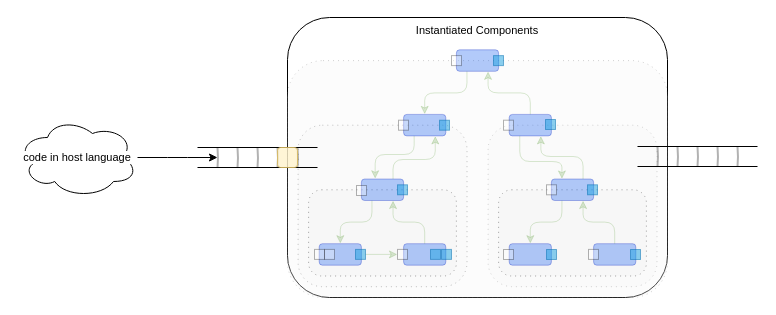
This is page "4 Inject first message(s)" (4 of 6) of helloworld0d/doc/Towards DPLs.drawio from guitarvydas/onward, a draw.io file, before an edit. Source tidied: cells renumbered, new cells numbered last; positions are measured from the earlier drawing's top-left corner, leaving out a move shared by most shapes. Both pictures are drawn from the tidied source at 100%, with x=0, y=0 at pixel (17, 17).
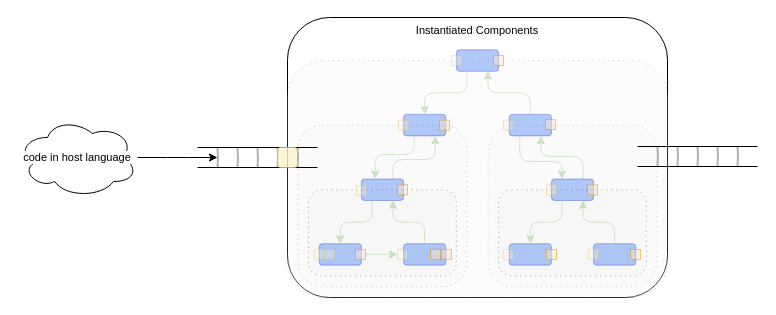
The same page after the edit.

Unchanged cells that the change refers to:
```xml
<mxCell id="4" value="Instantiated Components" style="rounded=1;whiteSpace=wrap;html=1;fontFamily=Helvetica;fontSize=11;fontColor=default;labelBackgroundColor=default;verticalAlign=top;" parent="1" vertex="1">
  <mxGeometry x="270" width="380" height="280" as="geometry" />
</mxCell>
```

Change to the diagram source:
```diff
@@
-    <mxCell id="29" style="rounded=1;whiteSpace=wrap;html=1;fontFamily=Helvetica;fontSize=11;labelBackgroundColor=default;opacity=30;arcSize=0;" parent="4" vertex="1">
+    <mxCell id="29" style="rounded=1;whiteSpace=wrap;html=1;fontFamily=Helvetica;fontSize=11;labelBackgroundColor=default;opacity=30;arcSize=0;fillColor=#fff2cc;strokeColor=#d6b656;" parent="4" vertex="1">
       <mxGeometry x="27" y="231.9" width="10" height="10" as="geometry" />
     </mxCell>
-    <mxCell id="30" style="rounded=1;whiteSpace=wrap;html=1;fontFamily=Helvetica;fontSize=11;labelBackgroundColor=default;opacity=30;arcSize=0;" parent="4" vertex="1">
+    <mxCell id="30" style="rounded=1;whiteSpace=wrap;html=1;fontFamily=Helvetica;fontSize=11;labelBackgroundColor=default;opacity=30;arcSize=0;fillColor=#fff2cc;strokeColor=#d6b656;" parent="4" vertex="1">
       <mxGeometry x="37" y="231.9" width="10" height="10" as="geometry" />
     </mxCell>
-    <mxCell id="31" style="rounded=1;whiteSpace=wrap;html=1;fontFamily=Helvetica;fontSize=11;labelBackgroundColor=default;opacity=30;arcSize=0;" parent="4" vertex="1">
+    <mxCell id="31" style="rounded=1;whiteSpace=wrap;html=1;fontFamily=Helvetica;fontSize=11;labelBackgroundColor=default;opacity=30;arcSize=0;fillColor=#fff2cc;strokeColor=#d6b656;" parent="4" vertex="1">
       <mxGeometry x="110" y="231.9" width="10" height="10" as="geometry" />
     </mxCell>
@@
-    <mxCell id="33" style="rounded=1;whiteSpace=wrap;html=1;fontFamily=Helvetica;fontSize=11;labelBackgroundColor=default;fillColor=#1ba1e2;strokeColor=#006EAF;opacity=50;arcSize=0;fontColor=#ffffff;" parent="4" vertex="1">
+    <mxCell id="33" style="rounded=1;whiteSpace=wrap;html=1;fontFamily=Helvetica;fontSize=11;labelBackgroundColor=default;fillColor=#ffe6cc;strokeColor=#d79b00;opacity=50;arcSize=0;" parent="4" vertex="1">
       <mxGeometry x="68" y="231.9" width="10" height="10" as="geometry" />
     </mxCell>
-    <mxCell id="34" style="rounded=1;whiteSpace=wrap;html=1;fontFamily=Helvetica;fontSize=11;labelBackgroundColor=default;fillColor=#1ba1e2;strokeColor=#006EAF;opacity=50;arcSize=0;fontColor=#ffffff;" parent="4" vertex="1">
+    <mxCell id="34" style="rounded=1;whiteSpace=wrap;html=1;fontFamily=Helvetica;fontSize=11;labelBackgroundColor=default;fillColor=#ffe6cc;strokeColor=#d79b00;opacity=50;arcSize=0;" parent="4" vertex="1">
       <mxGeometry x="143" y="231.9" width="10" height="10" as="geometry" />
     </mxCell>
-    <mxCell id="35" style="rounded=1;whiteSpace=wrap;html=1;fontFamily=Helvetica;fontSize=11;labelBackgroundColor=default;fillColor=#1ba1e2;strokeColor=#006EAF;opacity=50;arcSize=0;fontColor=#ffffff;" parent="4" vertex="1">
+    <mxCell id="35" style="rounded=1;whiteSpace=wrap;html=1;fontFamily=Helvetica;fontSize=11;labelBackgroundColor=default;fillColor=#ffe6cc;strokeColor=#d79b00;opacity=50;arcSize=0;" parent="4" vertex="1">
       <mxGeometry x="154" y="231.9" width="10" height="10" as="geometry" />
     </mxCell>
-    <mxCell id="36" style="rounded=1;whiteSpace=wrap;html=1;fontFamily=Helvetica;fontSize=11;labelBackgroundColor=default;fillColor=#1ba1e2;strokeColor=#006EAF;opacity=50;arcSize=0;fontColor=#ffffff;" parent="4" vertex="1">
+    <mxCell id="36" style="rounded=1;whiteSpace=wrap;html=1;fontFamily=Helvetica;fontSize=11;labelBackgroundColor=default;fillColor=#ffe6cc;strokeColor=#d79b00;opacity=50;arcSize=0;" parent="4" vertex="1">
       <mxGeometry x="110" y="167.3" width="10" height="10" as="geometry" />
     </mxCell>
-    <mxCell id="37" style="rounded=1;whiteSpace=wrap;html=1;fontFamily=Helvetica;fontSize=11;labelBackgroundColor=default;fillColor=#1ba1e2;strokeColor=#006EAF;opacity=50;arcSize=0;fontColor=#ffffff;" parent="4" vertex="1">
+    <mxCell id="37" style="rounded=1;whiteSpace=wrap;html=1;fontFamily=Helvetica;fontSize=11;labelBackgroundColor=default;fillColor=#ffe6cc;strokeColor=#d79b00;opacity=50;arcSize=0;" parent="4" vertex="1">
       <mxGeometry x="152" y="102.7" width="10" height="10" as="geometry" />
     </mxCell>
-    <mxCell id="38" style="rounded=1;whiteSpace=wrap;html=1;fontFamily=Helvetica;fontSize=11;labelBackgroundColor=default;fillColor=#1ba1e2;strokeColor=#006EAF;opacity=50;arcSize=0;fontColor=#ffffff;" parent="4" vertex="1">
+    <mxCell id="38" style="rounded=1;whiteSpace=wrap;html=1;fontFamily=Helvetica;fontSize=11;labelBackgroundColor=default;fillColor=#ffe6cc;strokeColor=#d79b00;opacity=50;arcSize=0;" parent="4" vertex="1">
       <mxGeometry x="258" y="102" width="10" height="10" as="geometry" />
     </mxCell>
-    <mxCell id="39" style="rounded=1;whiteSpace=wrap;html=1;fontFamily=Helvetica;fontSize=11;labelBackgroundColor=default;fillColor=#1ba1e2;strokeColor=#006EAF;opacity=50;arcSize=0;fontColor=#ffffff;" parent="4" vertex="1">
+    <mxCell id="39" style="rounded=1;whiteSpace=wrap;html=1;fontFamily=Helvetica;fontSize=11;labelBackgroundColor=default;fillColor=#ffe6cc;strokeColor=#d79b00;opacity=50;arcSize=0;" parent="4" vertex="1">
       <mxGeometry x="300" y="167.3" width="10" height="10" as="geometry" />
     </mxCell>
-    <mxCell id="40" style="rounded=1;whiteSpace=wrap;html=1;fontFamily=Helvetica;fontSize=11;labelBackgroundColor=default;fillColor=#1ba1e2;strokeColor=#006EAF;opacity=50;arcSize=0;fontColor=#ffffff;" parent="4" vertex="1">
+    <mxCell id="40" style="rounded=1;whiteSpace=wrap;html=1;fontFamily=Helvetica;fontSize=11;labelBackgroundColor=default;fillColor=#ffe6cc;strokeColor=#d79b00;opacity=50;arcSize=0;" parent="4" vertex="1">
       <mxGeometry x="259" y="232" width="10" height="10" as="geometry" />
     </mxCell>
-    <mxCell id="41" style="rounded=1;whiteSpace=wrap;html=1;fontFamily=Helvetica;fontSize=11;labelBackgroundColor=default;fillColor=#1ba1e2;strokeColor=#006EAF;opacity=50;arcSize=0;fontColor=#ffffff;" parent="4" vertex="1">
+    <mxCell id="41" style="rounded=1;whiteSpace=wrap;html=1;fontFamily=Helvetica;fontSize=11;labelBackgroundColor=default;fillColor=#ffe6cc;strokeColor=#d79b00;opacity=50;arcSize=0;" parent="4" vertex="1">
       <mxGeometry x="343" y="232" width="10" height="10" as="geometry" />
     </mxCell>
-    <mxCell id="42" style="rounded=1;whiteSpace=wrap;html=1;fontFamily=Helvetica;fontSize=11;labelBackgroundColor=default;fillColor=#1ba1e2;strokeColor=#006EAF;opacity=50;arcSize=0;fontColor=#ffffff;" parent="4" vertex="1">
+    <mxCell id="42" style="rounded=1;whiteSpace=wrap;html=1;fontFamily=Helvetica;fontSize=11;labelBackgroundColor=default;fillColor=#ffe6cc;strokeColor=#d79b00;opacity=50;arcSize=0;" parent="4" vertex="1">
       <mxGeometry x="206" y="38.1" width="10" height="10" as="geometry" />
     </mxCell>
-    <mxCell id="43" style="rounded=1;whiteSpace=wrap;html=1;fontFamily=Helvetica;fontSize=11;labelBackgroundColor=default;opacity=30;arcSize=0;" parent="4" vertex="1">
+    <mxCell id="43" style="rounded=1;whiteSpace=wrap;html=1;fontFamily=Helvetica;fontSize=11;labelBackgroundColor=default;opacity=30;arcSize=0;fillColor=#fff2cc;strokeColor=#d6b656;" parent="4" vertex="1">
       <mxGeometry x="69" y="168" width="10" height="10" as="geometry" />
     </mxCell>
-    <mxCell id="44" style="rounded=1;whiteSpace=wrap;html=1;fontFamily=Helvetica;fontSize=11;labelBackgroundColor=default;opacity=30;arcSize=0;" parent="4" vertex="1">
+    <mxCell id="44" style="rounded=1;whiteSpace=wrap;html=1;fontFamily=Helvetica;fontSize=11;labelBackgroundColor=default;opacity=30;arcSize=0;fillColor=#fff2cc;strokeColor=#d6b656;" parent="4" vertex="1">
       <mxGeometry x="111" y="102.7" width="10" height="10" as="geometry" />
     </mxCell>
-    <mxCell id="45" style="rounded=1;whiteSpace=wrap;html=1;fontFamily=Helvetica;fontSize=11;labelBackgroundColor=default;opacity=30;arcSize=0;" parent="4" vertex="1">
+    <mxCell id="45" style="rounded=1;whiteSpace=wrap;html=1;fontFamily=Helvetica;fontSize=11;labelBackgroundColor=default;opacity=30;arcSize=0;fillColor=#fff2cc;strokeColor=#d6b656;" parent="4" vertex="1">
       <mxGeometry x="164" y="38.1" width="10" height="10" as="geometry" />
     </mxCell>
-    <mxCell id="46" style="rounded=1;whiteSpace=wrap;html=1;fontFamily=Helvetica;fontSize=11;labelBackgroundColor=default;opacity=30;arcSize=0;" parent="4" vertex="1">
+    <mxCell id="46" style="rounded=1;whiteSpace=wrap;html=1;fontFamily=Helvetica;fontSize=11;labelBackgroundColor=default;opacity=30;arcSize=0;fillColor=#fff2cc;strokeColor=#d6b656;" parent="4" vertex="1">
       <mxGeometry x="216" y="102.7" width="10" height="10" as="geometry" />
     </mxCell>
-    <mxCell id="47" style="rounded=1;whiteSpace=wrap;html=1;fontFamily=Helvetica;fontSize=11;labelBackgroundColor=default;opacity=30;arcSize=0;" parent="4" vertex="1">
+    <mxCell id="47" style="rounded=1;whiteSpace=wrap;html=1;fontFamily=Helvetica;fontSize=11;labelBackgroundColor=default;opacity=30;arcSize=0;fillColor=#fff2cc;strokeColor=#d6b656;" parent="4" vertex="1">
       <mxGeometry x="259" y="167.3" width="10" height="10" as="geometry" />
     </mxCell>
-    <mxCell id="48" style="rounded=1;whiteSpace=wrap;html=1;fontFamily=Helvetica;fontSize=11;labelBackgroundColor=default;opacity=30;arcSize=0;" parent="4" vertex="1">
+    <mxCell id="48" style="rounded=1;whiteSpace=wrap;html=1;fontFamily=Helvetica;fontSize=11;labelBackgroundColor=default;opacity=30;arcSize=0;fillColor=#fff2cc;strokeColor=#d6b656;" parent="4" vertex="1">
       <mxGeometry x="216" y="232" width="10" height="10" as="geometry" />
     </mxCell>
-    <mxCell id="49" style="rounded=1;whiteSpace=wrap;html=1;fontFamily=Helvetica;fontSize=11;labelBackgroundColor=default;opacity=30;arcSize=0;" parent="4" vertex="1">
+    <mxCell id="49" style="rounded=1;whiteSpace=wrap;html=1;fontFamily=Helvetica;fontSize=11;labelBackgroundColor=default;opacity=30;arcSize=0;fillColor=#fff2cc;strokeColor=#d6b656;" parent="4" vertex="1">
       <mxGeometry x="301" y="231.9" width="10" height="10" as="geometry" />
     </mxCell>
```
